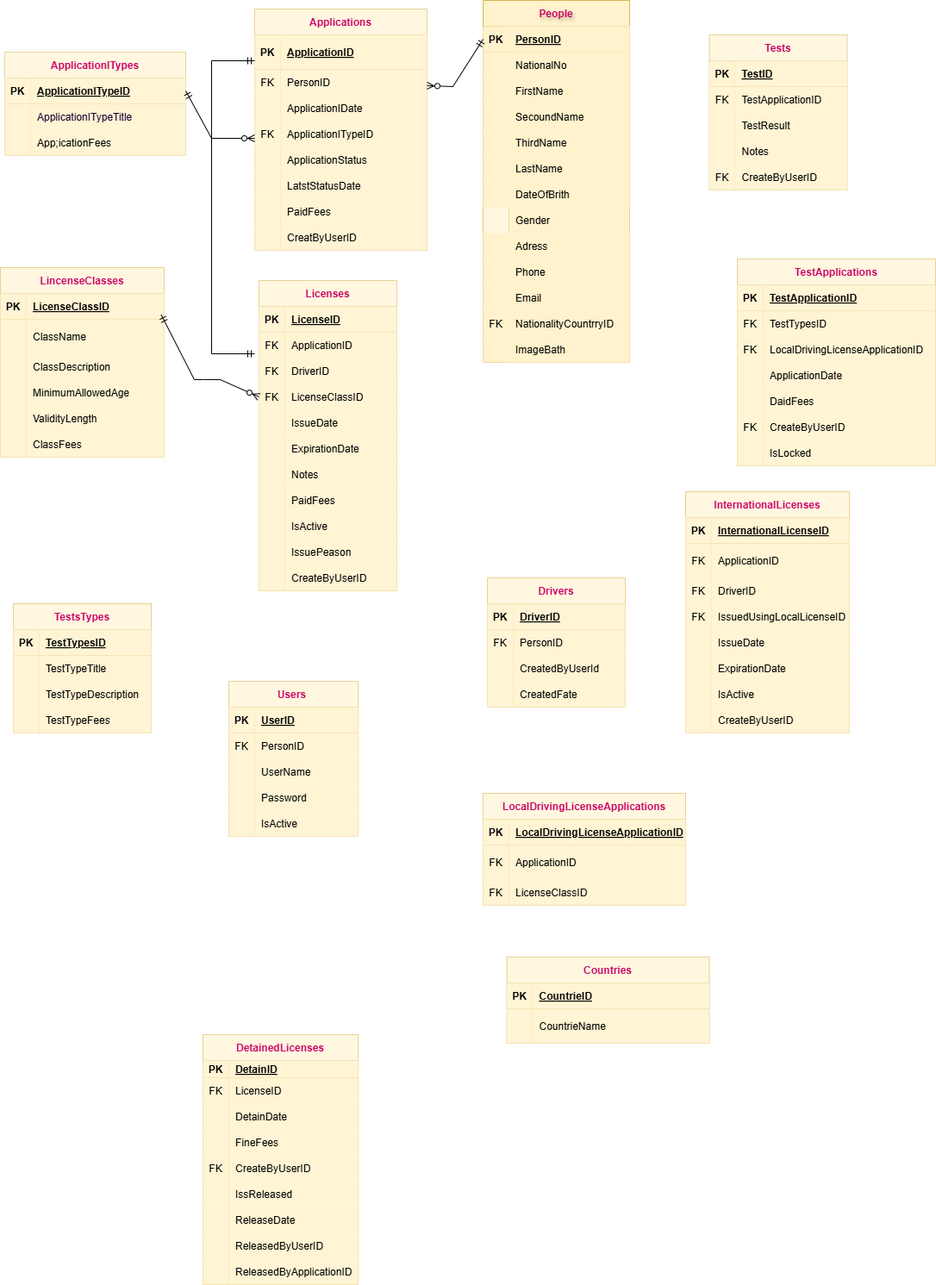
Before: Untitled Diagram.drawio.png, a diagram exported from draw.io (azizadiab/Driving-License-Department). Source tidied: cells renumbered, new cells last; positions are measured from the earlier drawing's top-left corner, leaving out a move shared by most shapes.
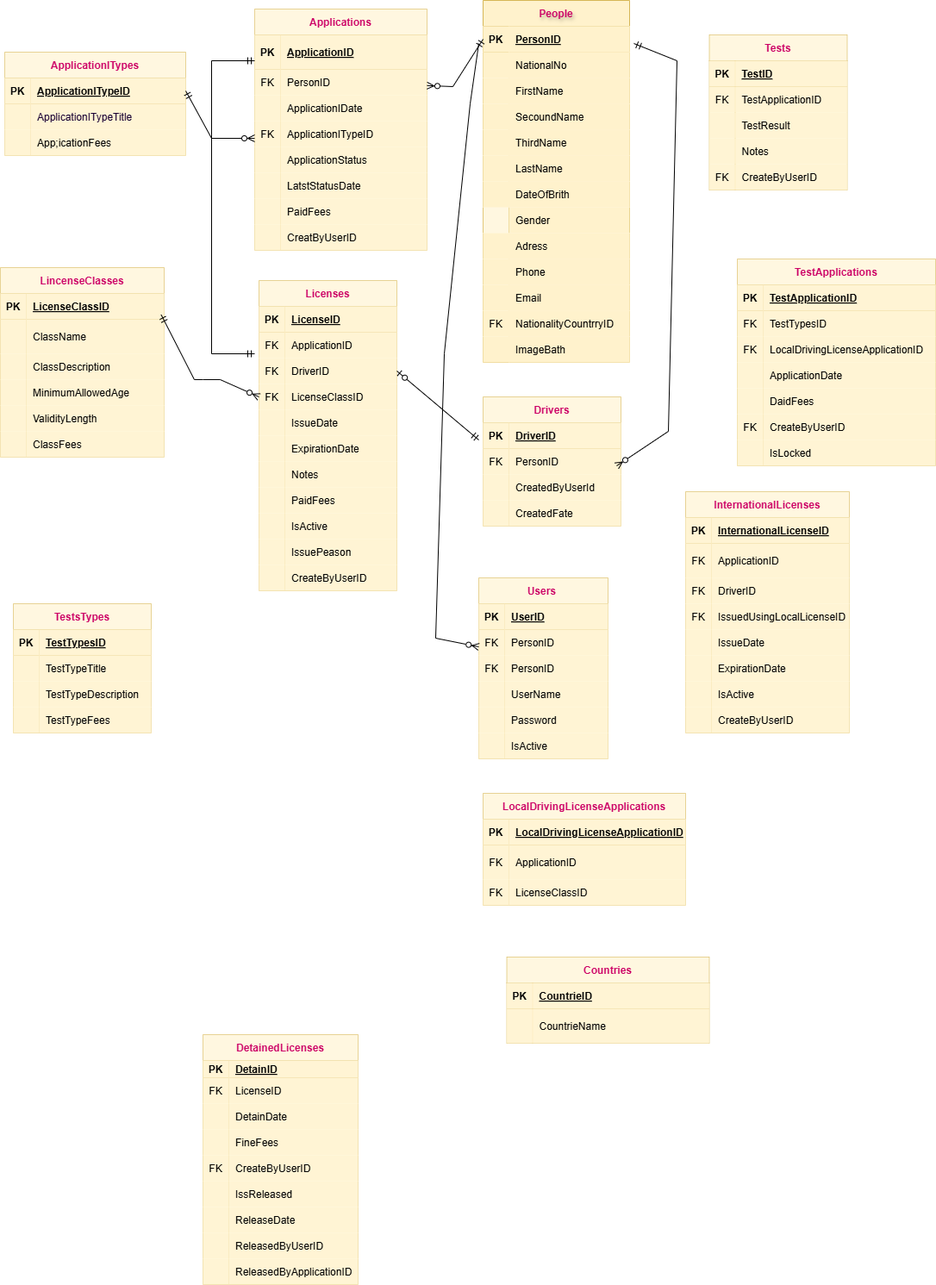
Above is the later version.

Diff of the diagram source:
```diff
@@ -198,7 +198,7 @@
       <mxGeometry x="30" width="140" height="30" as="geometry" />
     </mxCell>
     <mxCell id="67" value="Users " style="shape=table;startSize=30;rowLines=0;fontStyle=1;align=center;opacity=60;fillColor=#fff2cc;strokeColor=#d6b656;fontColor=#CC0066;" parent="1" vertex="1">
-      <mxGeometry x="265" y="790" width="150" height="180" as="geometry" />
+      <mxGeometry x="555" y="670" width="150" height="210" as="geometry" />
     </mxCell>
     <mxCell id="68" style="shape=partialRectangle;fillColor=#fff2cc;top=0;left=0;right=0;bottom=1;opacity=60;strokeColor=#d6b656;" parent="67" vertex="1">
       <mxGeometry y="30" width="150" height="30" as="geometry" />
@@ -209,8 +209,17 @@
     <mxCell id="70" value="UserID" style="shape=partialRectangle;overflow=hidden;fillColor=#fff2cc;top=0;left=0;bottom=0;right=0;align=left;spacingLeft=6;fontStyle=5;opacity=60;strokeColor=#d6b656;" parent="68" vertex="1">
       <mxGeometry x="30" width="120" height="30" as="geometry" />
     </mxCell>
+    <mxCell id="284" style="shape=partialRectangle;fillColor=#fff2cc;top=0;left=0;right=0;bottom=0;opacity=60;strokeColor=#d6b656;" parent="67" vertex="1">
+      <mxGeometry y="60" width="150" height="30" as="geometry" />
+    </mxCell>
+    <mxCell id="285" value="FK" style="shape=partialRectangle;overflow=hidden;fillColor=#fff2cc;top=0;left=0;bottom=0;right=0;opacity=60;strokeColor=#d6b656;" parent="284" vertex="1">
+      <mxGeometry width="30" height="30" as="geometry" />
+    </mxCell>
+    <mxCell id="286" value="PersonID" style="shape=partialRectangle;overflow=hidden;fillColor=#fff2cc;top=0;left=0;bottom=0;right=0;align=left;spacingLeft=6;opacity=60;strokeColor=#d6b656;" parent="284" vertex="1">
+      <mxGeometry x="30" width="120" height="30" as="geometry" />
+    </mxCell>
     <mxCell id="71" style="shape=partialRectangle;fillColor=#fff2cc;top=0;left=0;right=0;bottom=0;opacity=60;strokeColor=#d6b656;" parent="67" vertex="1">
-      <mxGeometry y="60" width="150" height="30" as="geometry" />
+      <mxGeometry y="90" width="150" height="30" as="geometry" />
     </mxCell>
     <mxCell id="72" value="FK" style="shape=partialRectangle;overflow=hidden;fillColor=#fff2cc;top=0;left=0;bottom=0;right=0;opacity=60;strokeColor=#d6b656;" parent="71" vertex="1">
       <mxGeometry width="30" height="30" as="geometry" />
@@ -219,7 +228,7 @@
       <mxGeometry x="30" width="120" height="30" as="geometry" />
     </mxCell>
     <mxCell id="74" style="shape=partialRectangle;fillColor=#fff2cc;top=0;left=0;right=0;bottom=0;opacity=60;strokeColor=#d6b656;" parent="67" vertex="1">
-      <mxGeometry y="90" width="150" height="30" as="geometry" />
+      <mxGeometry y="120" width="150" height="30" as="geometry" />
     </mxCell>
     <mxCell id="75" style="shape=partialRectangle;overflow=hidden;fillColor=#fff2cc;top=0;left=0;bottom=0;right=0;opacity=60;strokeColor=#d6b656;" parent="74" vertex="1">
       <mxGeometry width="30" height="30" as="geometry" />
@@ -228,7 +237,7 @@
       <mxGeometry x="30" width="120" height="30" as="geometry" />
     </mxCell>
     <mxCell id="77" style="shape=partialRectangle;fillColor=#fff2cc;top=0;left=0;right=0;bottom=0;opacity=60;strokeColor=#d6b656;" parent="67" vertex="1">
-      <mxGeometry y="120" width="150" height="30" as="geometry" />
+      <mxGeometry y="150" width="150" height="30" as="geometry" />
     </mxCell>
     <mxCell id="78" style="shape=partialRectangle;overflow=hidden;fillColor=#fff2cc;top=0;left=0;bottom=0;right=0;opacity=60;strokeColor=#d6b656;" parent="77" vertex="1">
       <mxGeometry width="30" height="30" as="geometry" />
@@ -237,7 +246,7 @@
       <mxGeometry x="30" width="120" height="30" as="geometry" />
     </mxCell>
     <mxCell id="80" style="shape=partialRectangle;fillColor=#fff2cc;top=0;left=0;right=0;bottom=0;opacity=60;strokeColor=#d6b656;" parent="67" vertex="1">
-      <mxGeometry y="150" width="150" height="30" as="geometry" />
+      <mxGeometry y="180" width="150" height="30" as="geometry" />
     </mxCell>
     <mxCell id="81" style="shape=partialRectangle;overflow=hidden;fillColor=#fff2cc;top=0;left=0;bottom=0;right=0;opacity=60;strokeColor=#d6b656;" parent="80" vertex="1">
       <mxGeometry width="30" height="30" as="geometry" />
@@ -522,7 +531,7 @@
       <mxGeometry x="30" width="160" height="30" as="geometry" />
     </mxCell>
     <mxCell id="175" value="Drivers" style="shape=table;startSize=30;rowLines=0;fontStyle=1;align=center;opacity=60;fillColor=#fff2cc;strokeColor=#d6b656;fontColor=#CC0066;" parent="1" vertex="1">
-      <mxGeometry x="565" y="670" width="160" height="150" as="geometry" />
+      <mxGeometry x="560" y="460" width="160" height="150" as="geometry" />
     </mxCell>
     <mxCell id="176" style="shape=partialRectangle;fillColor=#fff2cc;top=0;left=0;right=0;bottom=1;opacity=60;strokeColor=#d6b656;" parent="175" vertex="1">
       <mxGeometry y="30" width="160" height="30" as="geometry" />
@@ -870,5 +879,31 @@
         </Array>
       </mxGeometry>
     </mxCell>
+    <mxCell id="287" style="endArrow=ERmandOne;html=1;rounded=0;exitX=1;exitY=0.5;exitDx=0;exitDy=0;startArrow=ERzeroToOne;startFill=0;endFill=0;" parent="1" edge="1" source="195">
+      <mxGeometry relative="1" as="geometry">
+        <mxPoint x="555" y="510" as="targetPoint" />
+      </mxGeometry>
+    </mxCell>
+    <mxCell id="288" style="endArrow=ERmandOne;html=1;rounded=0;endFill=0;startArrow=ERzeroToMany;startFill=0;" parent="1" edge="1">
+      <mxGeometry relative="1" as="geometry">
+        <mxPoint x="715" y="540" as="sourcePoint" />
+        <mxPoint x="735" y="50" as="targetPoint" />
+        <Array as="points">
+          <mxPoint x="775" y="500" />
+          <mxPoint x="785" y="70" />
+        </Array>
+      </mxGeometry>
+    </mxCell>
+    <mxCell id="289" style="endArrow=ERzeroToMany;html=1;rounded=0;endFill=0;" parent="1" edge="1">
+      <mxGeometry relative="1" as="geometry">
+        <mxPoint x="555" y="50" as="sourcePoint" />
+        <mxPoint x="555" y="750" as="targetPoint" />
+        <Array as="points">
+          <mxPoint x="545" y="120" />
+          <mxPoint x="515" y="410" />
+          <mxPoint x="505" y="740" />
+        </Array>
+      </mxGeometry>
+    </mxCell>
   </root>
 </mxGraphModel>
```
